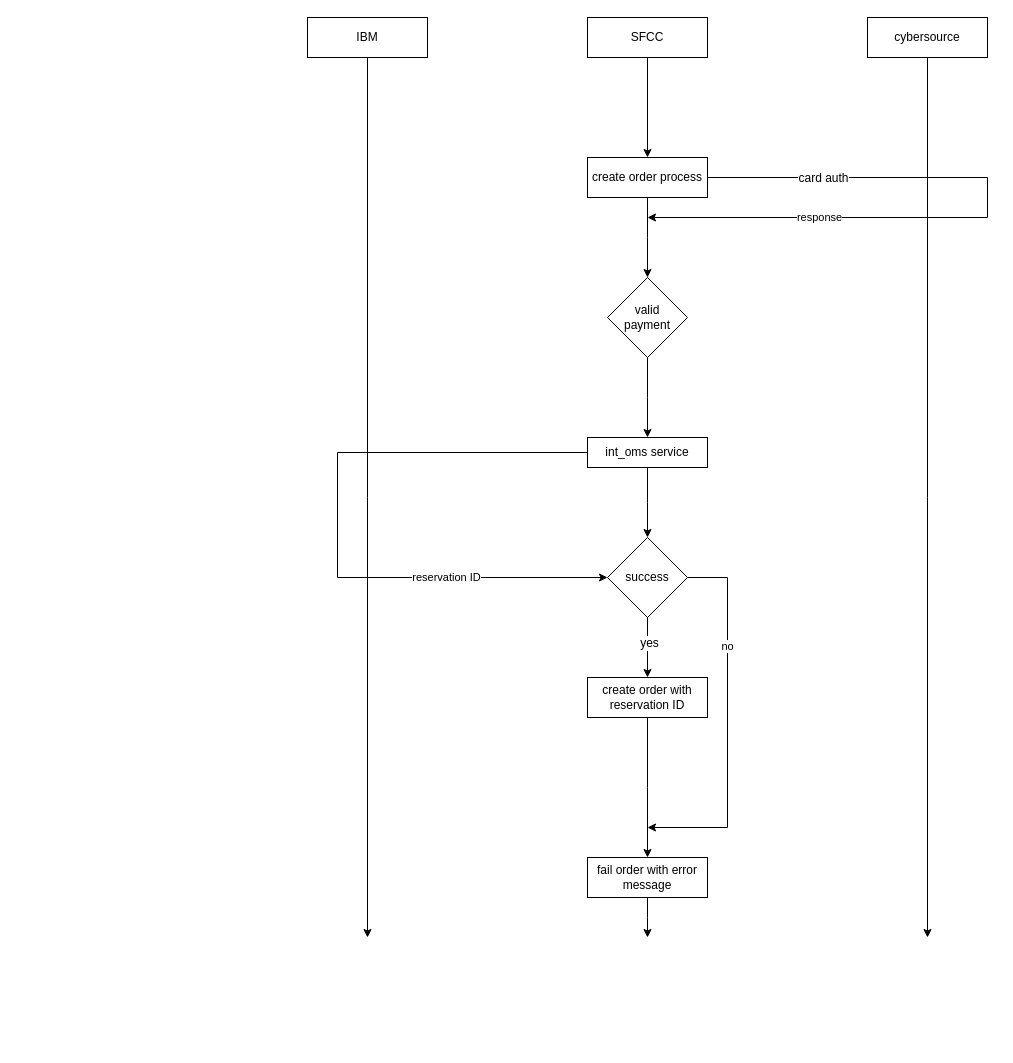
The draw.io diagram page "inventory reservation" (4 of 5) of Untitled Diagram.drawio in soum/pnd-diagrams, before the edit. Source tidied: cells renumbered, new cells numbered last; positions are measured from the earlier drawing's top-left corner, leaving out a move shared by most shapes. Both pictures are drawn from the tidied source at 100%, with x=0, y=0 at pixel (307, 17).
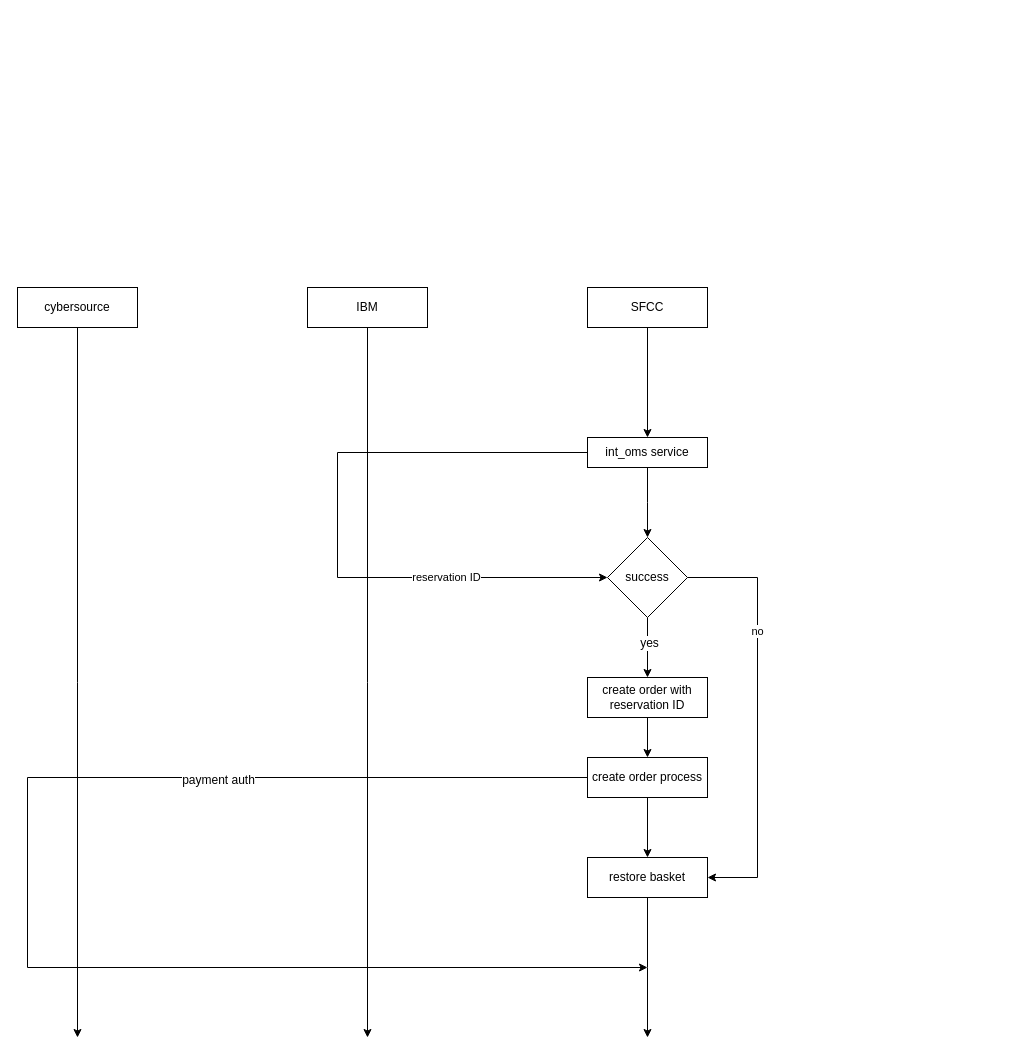
Above is the later version.

The change refers to these unchanged cells:
```xml
<mxCell id="14" value="int_oms service" style="rounded=0;whiteSpace=wrap;html=1;shadow=0;glass=0;comic=0;" parent="1" vertex="1">
  <mxGeometry x="280" y="420" width="120" height="30" as="geometry" />
</mxCell>
<mxCell id="20" value="success" style="rhombus;whiteSpace=wrap;html=1;rounded=0;shadow=0;glass=0;comic=0;" parent="1" vertex="1">
  <mxGeometry x="300" y="520" width="80" height="80" as="geometry" />
</mxCell>
<mxCell id="22" value="create order with reservation ID" style="rounded=0;whiteSpace=wrap;html=1;shadow=0;glass=0;comic=0;" parent="1" vertex="1">
  <mxGeometry x="280" y="660" width="120" height="40" as="geometry" />
</mxCell>
```

The edit, as a diff of the source:
```diff
@@
-    <mxCell id="2" style="edgeStyle=orthogonalEdgeStyle;rounded=0;jettySize=auto;html=1;strokeColor=#000000;strokeWidth=1;" parent="1" edge="1" source="3" target="7">
+    <mxCell id="2" style="edgeStyle=orthogonalEdgeStyle;rounded=0;jettySize=auto;html=1;strokeColor=#000000;strokeWidth=1;" parent="1" edge="1" source="3" target="14">
       <mxGeometry relative="1" as="geometry" />
     </mxCell>
     <mxCell id="3" value="SFCC" style="rounded=0;whiteSpace=wrap;html=1;shadow=0;glass=0;comic=0;" parent="1" vertex="1">
-      <mxGeometry x="280" width="120" height="40" as="geometry" />
+      <mxGeometry x="280" y="270" width="120" height="40" as="geometry" />
     </mxCell>
-    <mxCell id="4" value="response" style="edgeStyle=orthogonalEdgeStyle;rounded=0;jettySize=auto;html=1;strokeColor=#000000;strokeWidth=1;" parent="1" edge="1" source="7">
-      <mxGeometry x="0.48" relative="1" as="geometry">
-        <mxPoint x="340" y="200" as="targetPoint" />
-        <Array as="points">
-          <mxPoint x="680" y="160" />
-          <mxPoint x="680" y="200" />
-        </Array>
-      </mxGeometry>
-    </mxCell>
-    <mxCell id="5" value="card auth" style="text;html=1;align=center;verticalAlign=middle;labelBackgroundColor=#ffffff;" parent="4" vertex="1">
-      <mxGeometry x="-0.65" relative="1" as="geometry" />
-    </mxCell>
-    <mxCell id="6" style="edgeStyle=orthogonalEdgeStyle;rounded=0;jettySize=auto;html=1;strokeColor=#000000;strokeWidth=1;" parent="1" edge="1" source="7">
-      <mxGeometry relative="1" as="geometry">
-        <mxPoint x="340" y="260" as="targetPoint" />
-      </mxGeometry>
-    </mxCell>
-    <mxCell id="7" value="create order process" style="rounded=0;whiteSpace=wrap;html=1;shadow=0;glass=0;comic=0;" parent="1" vertex="1">
-      <mxGeometry x="280" y="140" width="120" height="40" as="geometry" />
-    </mxCell>
     <mxCell id="8" style="edgeStyle=orthogonalEdgeStyle;rounded=0;jettySize=auto;html=1;strokeColor=#000000;strokeWidth=1;" parent="1" edge="1" source="9">
       <mxGeometry relative="1" as="geometry">
-        <mxPoint x="620" y="920" as="targetPoint" />
+        <mxPoint x="-230" y="1020" as="targetPoint" />
       </mxGeometry>
     </mxCell>
     <mxCell id="9" value="cybersource" style="rounded=0;whiteSpace=wrap;html=1;shadow=0;glass=0;comic=0;" parent="1" vertex="1">
-      <mxGeometry x="560" width="120" height="40" as="geometry" />
+      <mxGeometry x="-290" y="270" width="120" height="40" as="geometry" />
     </mxCell>
-    <mxCell id="10" style="edgeStyle=orthogonalEdgeStyle;rounded=0;jettySize=auto;html=1;strokeColor=#000000;strokeWidth=1;" parent="1" edge="1" source="11">
-      <mxGeometry relative="1" as="geometry">
-        <mxPoint x="340" y="420" as="targetPoint" />
-      </mxGeometry>
-    </mxCell>
-    <mxCell id="11" value="valid&lt;br&gt;payment" style="rhombus;whiteSpace=wrap;html=1;rounded=0;shadow=0;glass=0;comic=0;" parent="1" vertex="1">
-      <mxGeometry x="300" y="260" width="80" height="80" as="geometry" />
-    </mxCell>
@@
     <mxCell id="15" style="edgeStyle=orthogonalEdgeStyle;rounded=0;jettySize=auto;html=1;strokeColor=#000000;strokeWidth=1;" parent="1" edge="1" source="16">
       <mxGeometry relative="1" as="geometry">
-        <mxPoint x="60" y="920" as="targetPoint" />
+        <mxPoint x="60" y="1020" as="targetPoint" />
       </mxGeometry>
     </mxCell>
     <mxCell id="16" value="IBM" style="rounded=0;whiteSpace=wrap;html=1;shadow=0;glass=0;comic=0;" parent="1" vertex="1">
-      <mxGeometry width="120" height="40" as="geometry" />
+      <mxGeometry y="270" width="120" height="40" as="geometry" />
     </mxCell>
@@
-    <mxCell id="19" value="no" style="edgeStyle=orthogonalEdgeStyle;rounded=0;jettySize=auto;html=1;strokeColor=#000000;strokeWidth=1;" parent="1" edge="1" source="20">
+    <mxCell id="19" value="no" style="edgeStyle=orthogonalEdgeStyle;rounded=0;jettySize=auto;html=1;strokeColor=#000000;strokeWidth=1;entryX=1;entryY=0.5;entryDx=0;entryDy=0;" parent="1" edge="1" source="20" target="24">
       <mxGeometry x="-0.41" relative="1" as="geometry">
-        <mxPoint x="340" y="810" as="targetPoint" />
         <Array as="points">
-          <mxPoint x="420" y="560" />
-          <mxPoint x="420" y="810" />
+          <mxPoint x="450" y="560" />
+          <mxPoint x="450" y="860" />
         </Array>
       </mxGeometry>
     </mxCell>
@@
-    <mxCell id="21" style="edgeStyle=orthogonalEdgeStyle;rounded=0;jettySize=auto;html=1;exitX=0.5;exitY=1;exitDx=0;exitDy=0;strokeColor=#000000;strokeWidth=1;" parent="1" edge="1" source="22">
-      <mxGeometry relative="1" as="geometry">
-        <mxPoint x="340" y="840" as="targetPoint" />
-      </mxGeometry>
+    <mxCell id="21" style="edgeStyle=orthogonalEdgeStyle;rounded=0;jettySize=auto;html=1;exitX=0.5;exitY=1;exitDx=0;exitDy=0;strokeColor=#000000;strokeWidth=1;entryX=0.5;entryY=0;entryDx=0;entryDy=0;" parent="1" edge="1" source="7" target="24">
+      <mxGeometry relative="1" as="geometry" />
     </mxCell>
@@
     <mxCell id="23" style="edgeStyle=orthogonalEdgeStyle;rounded=0;jettySize=auto;html=1;strokeColor=#000000;strokeWidth=1;" parent="1" edge="1" source="24">
       <mxGeometry relative="1" as="geometry">
-        <mxPoint x="340" y="920" as="targetPoint" />
+        <mxPoint x="340" y="1020" as="targetPoint" />
       </mxGeometry>
     </mxCell>
-    <mxCell id="24" value="fail order with error message" style="rounded=0;whiteSpace=wrap;html=1;shadow=0;glass=0;comic=0;" parent="1" vertex="1">
+    <mxCell id="24" value="restore basket" style="rounded=0;whiteSpace=wrap;html=1;shadow=0;glass=0;comic=0;" parent="1" vertex="1">
       <mxGeometry x="280" y="840" width="120" height="40" as="geometry" />
     </mxCell>
+    <mxCell id="25" style="edgeStyle=orthogonalEdgeStyle;rounded=0;jettySize=auto;html=1;strokeColor=#000000;strokeWidth=1;" parent="1" edge="1" source="7">
+      <mxGeometry relative="1" as="geometry">
+        <mxPoint x="340" y="950" as="targetPoint" />
+        <Array as="points">
+          <mxPoint x="-280" y="760" />
+          <mxPoint x="-280" y="950" />
+        </Array>
+      </mxGeometry>
+    </mxCell>
+    <mxCell id="26" value="payment auth" style="text;html=1;align=center;verticalAlign=middle;labelBackgroundColor=#ffffff;" parent="25" vertex="1">
+      <mxGeometry x="-0.46" y="2" relative="1" as="geometry" />
+    </mxCell>
+    <mxCell id="7" value="create order process" style="rounded=0;whiteSpace=wrap;html=1;shadow=0;glass=0;comic=0;" parent="1" vertex="1">
+      <mxGeometry x="280" y="740" width="120" height="40" as="geometry" />
+    </mxCell>
+    <mxCell id="27" style="edgeStyle=orthogonalEdgeStyle;rounded=0;jettySize=auto;html=1;exitX=0.5;exitY=1;exitDx=0;exitDy=0;strokeColor=#000000;strokeWidth=1;" parent="1" edge="1" source="22" target="7">
+      <mxGeometry relative="1" as="geometry" />
+    </mxCell>
```
